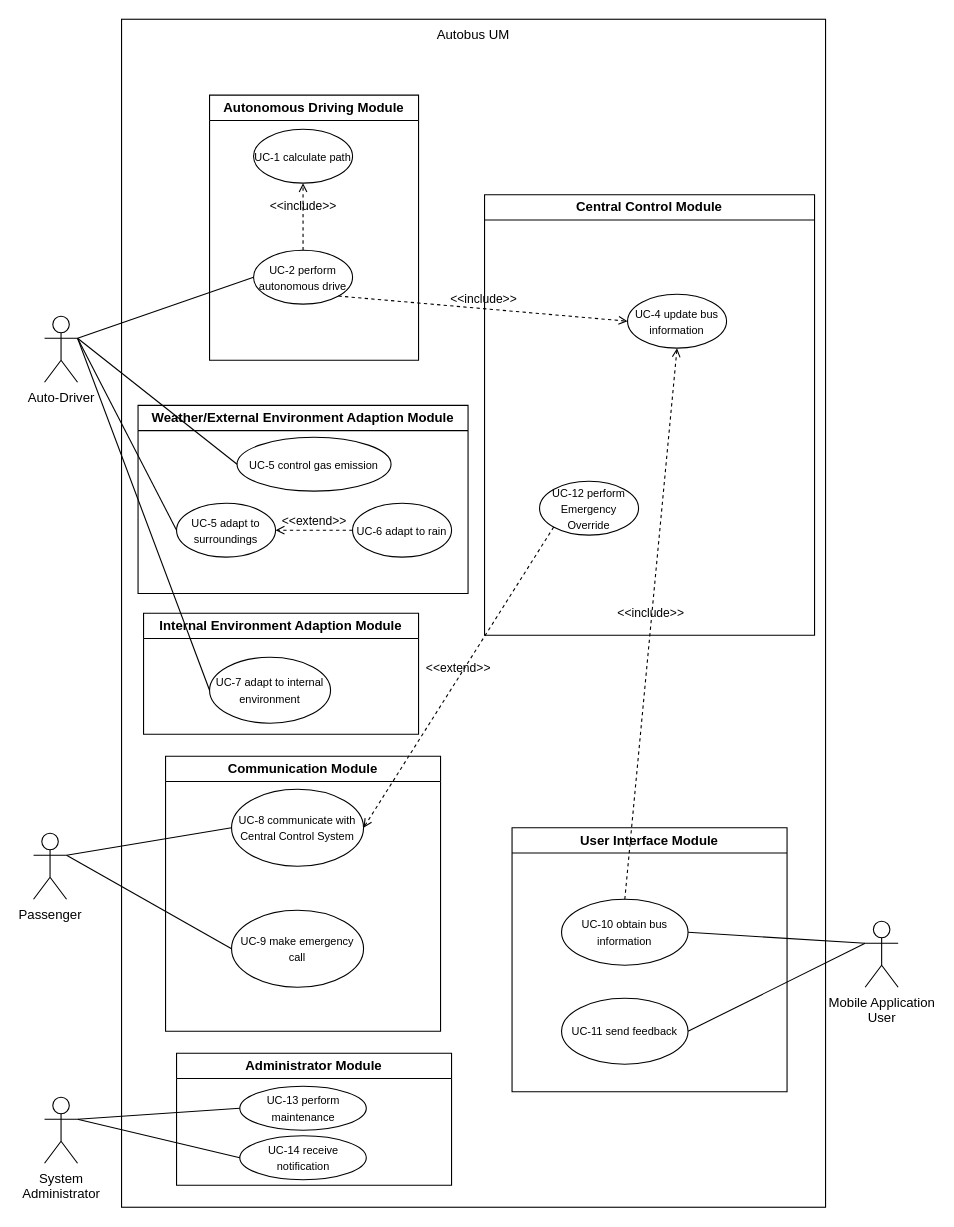
justn0thinghere/drawio keeps this draw.io diagram as UCDwia2002project.drawio. Above is the earlier version. Source tidied: cells renumbered, new cells numbered last; positions are measured from the earlier drawing's top-left corner, leaving out a move shared by most shapes. Both pictures are drawn from the tidied source at 110%, with x=0, y=0 at pixel (33, 19).
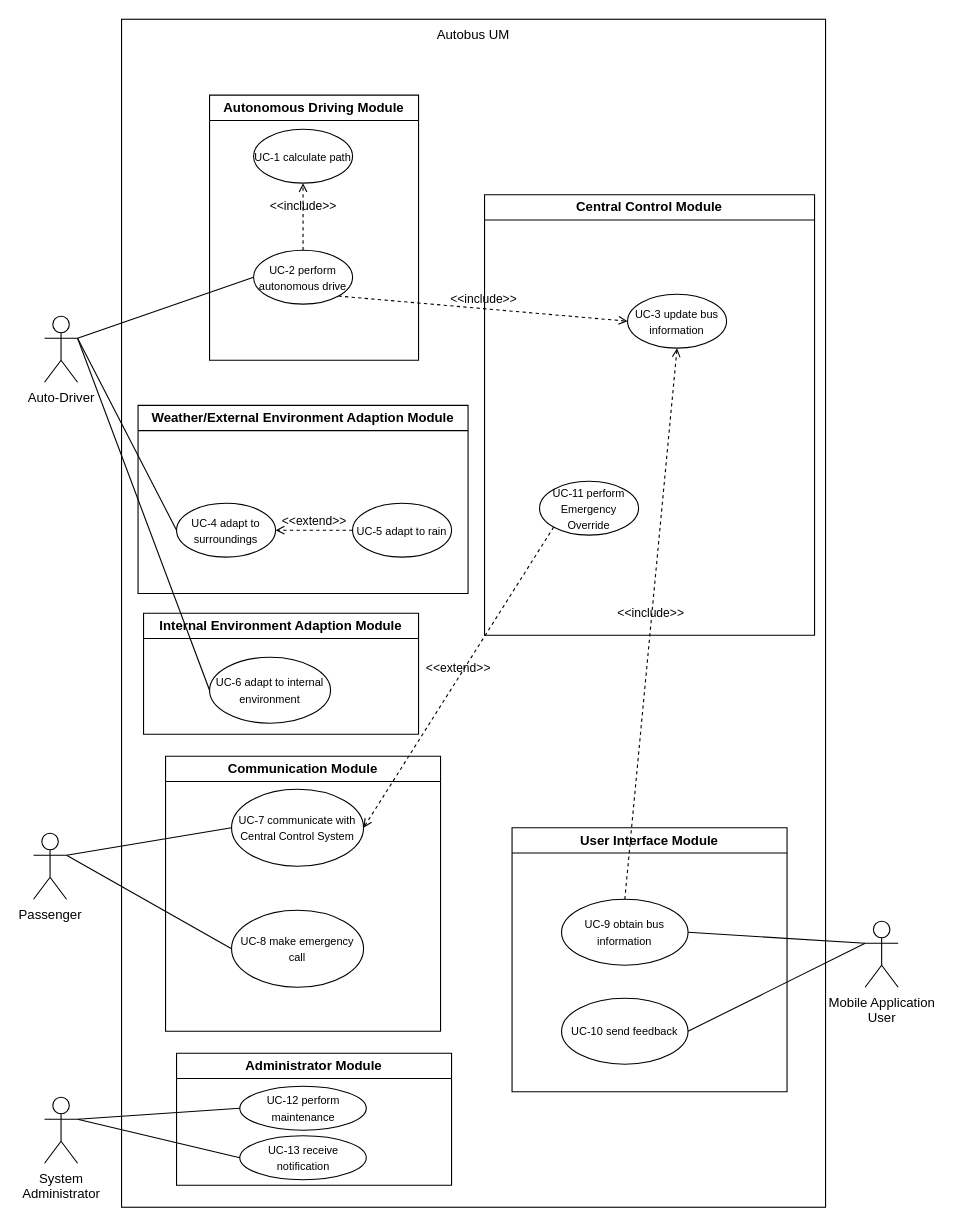
The same diagram, later.

Unchanged cells that the change refers to:
```xml
<mxCell id="2" value="Auto-Driver" style="shape=umlActor;verticalLabelPosition=bottom;verticalAlign=top;html=1;outlineConnect=0;" parent="1" vertex="1">
  <mxGeometry x="10" y="270" width="30" height="60" as="geometry" />
</mxCell>
<mxCell id="9" value="Weather/External Environment Adaption Module" style="swimlane;whiteSpace=wrap;html=1;" parent="1" vertex="1">
  <mxGeometry x="95" y="351" width="300" height="171" as="geometry" />
</mxCell>
<mxCell id="13" value="Central Control Module" style="swimlane;whiteSpace=wrap;html=1;" parent="1" vertex="1">
  <mxGeometry x="410" y="159.5" width="300" height="400.5" as="geometry" />
</mxCell>
<mxCell id="18" value="Internal Environment Adaption Module" style="swimlane;whiteSpace=wrap;html=1;" parent="1" vertex="1">
  <mxGeometry x="100" y="540" width="250" height="110" as="geometry" />
</mxCell>
<mxCell id="24" value="User Interface Module" style="swimlane;whiteSpace=wrap;html=1;" parent="1" vertex="1">
  <mxGeometry x="435" y="735" width="250" height="240" as="geometry" />
</mxCell>
```

What changed in the source:
```diff
@@
-    <mxCell id="10" value="&lt;font style=&quot;font-size: 10px;&quot;&gt;UC-6 adapt to rain&lt;/font&gt;" style="ellipse;whiteSpace=wrap;html=1;" parent="9" vertex="1">
+    <mxCell id="10" value="&lt;font style=&quot;font-size: 10px;&quot;&gt;UC-5 adapt to rain&lt;/font&gt;" style="ellipse;whiteSpace=wrap;html=1;" parent="9" vertex="1">
       <mxGeometry x="195" y="89" width="90" height="49" as="geometry" />
     </mxCell>
-    <mxCell id="11" value="&lt;font style=&quot;font-size: 10px;&quot;&gt;UC-5 adapt to surroundings&lt;/font&gt;" style="ellipse;whiteSpace=wrap;html=1;" parent="9" vertex="1">
+    <mxCell id="11" value="&lt;font style=&quot;font-size: 10px;&quot;&gt;UC-4 adapt to surroundings&lt;/font&gt;" style="ellipse;whiteSpace=wrap;html=1;" parent="9" vertex="1">
       <mxGeometry x="35" y="89" width="90" height="49" as="geometry" />
     </mxCell>
@@
-    <mxCell id="14" value="&lt;font style=&quot;font-size: 10px;&quot;&gt;UC-12 perform Emergency Override&lt;/font&gt;" style="ellipse;whiteSpace=wrap;html=1;" parent="13" vertex="1">
+    <mxCell id="14" value="&lt;font style=&quot;font-size: 10px;&quot;&gt;UC-11 perform Emergency Override&lt;/font&gt;" style="ellipse;whiteSpace=wrap;html=1;" parent="13" vertex="1">
       <mxGeometry x="50" y="260.5" width="90" height="49" as="geometry" />
     </mxCell>
-    <mxCell id="15" value="&lt;font style=&quot;font-size: 10px;&quot;&gt;UC-4 update bus information&lt;/font&gt;" style="ellipse;whiteSpace=wrap;html=1;" parent="1" vertex="1">
+    <mxCell id="15" value="&lt;font style=&quot;font-size: 10px;&quot;&gt;UC-3 update bus information&lt;/font&gt;" style="ellipse;whiteSpace=wrap;html=1;" parent="1" vertex="1">
       <mxGeometry x="540" y="250" width="90" height="49" as="geometry" />
     </mxCell>
@@
-    <mxCell id="19" value="&lt;font style=&quot;font-size: 10px;&quot;&gt;UC-7 adapt to internal environment&lt;/font&gt;" style="ellipse;whiteSpace=wrap;html=1;" parent="18" vertex="1">
+    <mxCell id="19" value="&lt;font style=&quot;font-size: 10px;&quot;&gt;UC-6 adapt to internal environment&lt;/font&gt;" style="ellipse;whiteSpace=wrap;html=1;" parent="18" vertex="1">
       <mxGeometry x="60" y="40" width="110" height="60" as="geometry" />
     </mxCell>
@@
-    <mxCell id="22" value="&lt;font style=&quot;font-size: 10px;&quot;&gt;UC-8 communicate with Central Control System&lt;/font&gt;" style="ellipse;whiteSpace=wrap;html=1;" parent="1" vertex="1">
+    <mxCell id="22" value="&lt;font style=&quot;font-size: 10px;&quot;&gt;UC-7 communicate with Central Control System&lt;/font&gt;" style="ellipse;whiteSpace=wrap;html=1;" parent="1" vertex="1">
       <mxGeometry x="180" y="700" width="120" height="70" as="geometry" />
     </mxCell>
-    <mxCell id="23" value="&lt;font style=&quot;font-size: 10px;&quot;&gt;UC-9 make emergency call&lt;/font&gt;" style="ellipse;whiteSpace=wrap;html=1;" parent="1" vertex="1">
+    <mxCell id="23" value="&lt;font style=&quot;font-size: 10px;&quot;&gt;UC-8 make emergency call&lt;/font&gt;" style="ellipse;whiteSpace=wrap;html=1;" parent="1" vertex="1">
       <mxGeometry x="180" y="810" width="120" height="70" as="geometry" />
     </mxCell>
@@
-    <mxCell id="25" value="&lt;span style=&quot;font-size: 10px;&quot;&gt;UC-11 send feedback&lt;/span&gt;" style="ellipse;whiteSpace=wrap;html=1;" parent="24" vertex="1">
+    <mxCell id="25" value="&lt;span style=&quot;font-size: 10px;&quot;&gt;UC-10 send feedback&lt;/span&gt;" style="ellipse;whiteSpace=wrap;html=1;" parent="24" vertex="1">
       <mxGeometry x="45" y="155" width="115" height="60" as="geometry" />
     </mxCell>
-    <mxCell id="26" value="&lt;span style=&quot;font-size: 10px;&quot;&gt;UC-10 obtain bus information&lt;/span&gt;" style="ellipse;whiteSpace=wrap;html=1;" parent="1" vertex="1">
+    <mxCell id="26" value="&lt;span style=&quot;font-size: 10px;&quot;&gt;UC-9 obtain bus information&lt;/span&gt;" style="ellipse;whiteSpace=wrap;html=1;" parent="1" vertex="1">
       <mxGeometry x="480" y="800" width="115" height="60" as="geometry" />
     </mxCell>
@@
-    <mxCell id="35" value="&lt;font style=&quot;font-size: 10px;&quot;&gt;UC-5 control gas emission&lt;/font&gt;" style="ellipse;whiteSpace=wrap;html=1;" parent="1" vertex="1">
-      <mxGeometry x="185" y="380" width="140" height="49" as="geometry" />
-    </mxCell>
-    <mxCell id="36" style="endArrow=none;html=1;rounded=0;entryX=0;entryY=0.5;entryDx=0;entryDy=0;exitX=1;exitY=0.3333333333333333;exitDx=0;exitDy=0;exitPerimeter=0;" parent="1" edge="1" source="2" target="35">
-      <mxGeometry relative="1" as="geometry" />
-    </mxCell>
@@
-    <mxCell id="39" value="&lt;span style=&quot;font-size: 10px;&quot;&gt;UC-13 perform maintenance&lt;/span&gt;" style="ellipse;whiteSpace=wrap;html=1;" parent="1" vertex="1">
+    <mxCell id="39" value="&lt;span style=&quot;font-size: 10px;&quot;&gt;UC-12 perform maintenance&lt;/span&gt;" style="ellipse;whiteSpace=wrap;html=1;" parent="1" vertex="1">
       <mxGeometry x="187.5" y="970" width="115" height="40" as="geometry" />
     </mxCell>
-    <mxCell id="40" value="&lt;span style=&quot;font-size: 10px;&quot;&gt;UC-14 receive notification&lt;/span&gt;" style="ellipse;whiteSpace=wrap;html=1;" parent="1" vertex="1">
+    <mxCell id="40" value="&lt;span style=&quot;font-size: 10px;&quot;&gt;UC-13 receive notification&lt;/span&gt;" style="ellipse;whiteSpace=wrap;html=1;" parent="1" vertex="1">
       <mxGeometry x="187.5" y="1015" width="115" height="40" as="geometry" />
     </mxCell>
```
